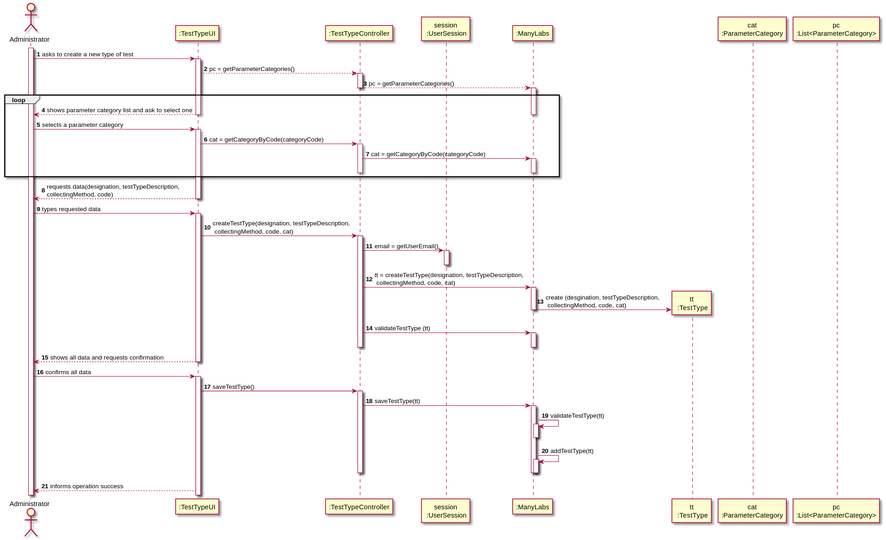
Before: docs/SprintB/US9_CreateTestType/US009_SD_v2.svg, a diagram exported from PlantUML (Pedromaia26/LAPR2-ISEP). Its diagram source:
```plantuml
@startuml
actor Administrator as Adm
participant ":TestTypeUI" as UI
participant ":TestTypeController" as TTC
participant "session\n :UserSession" as US
participant ":ManyLabs" as ML
participant "tt\n :TestType" as TT
participant "cat\n:ParameterCategory" as CAT
participant "pc\n:List<ParameterCategory>" as LIST_CAT


autonumber


activate Adm
Adm -> UI: asks to create a new type of test
activate UI
UI --> TTC: pc = getParameterCategories()
activate TTC
TTC --> ML: pc = getParameterCategories()
deactivate TTC
activate ML
loop
UI --> Adm: shows parameter category list and ask to select one
deactivate ML
deactivate UI


Adm -> UI: selects a parameter category
activate UI
UI -> TTC: cat = getCategoryByCode(categoryCode)
activate TTC
TTC -> ML: cat = getCategoryByCode(categoryCode)
activate ML
deactivate ML
deactivate TTC
end
UI --> Adm: requests data(designation, testTypeDescription, \ncollectingMethod, code)
deactivate UI


Adm -> UI: types requested data
activate UI
UI -> TTC: createTestType(designation, testTypeDescription, \n collectingMethod, code, cat)
activate TTC
TTC -> US: email = getUserEmail()
activate US
deactivate US
TTC -> ML: tt = createTestType(designation, testTypeDescription, \n collectingMethod, code, cat)
activate ML
ML -> TT**: create (desgination, testTypeDescription, \n collectingMethod, code, cat)
deactivate ML
TTC -> ML: validateTestType (tt)
activate ML
deactivate ML
deactivate TTC
UI --> Adm: shows all data and requests confirmation
deactivate UI


Adm -> UI: confirms all data
activate UI
UI -> TTC: saveTestType()
activate TTC
TTC -> ML: saveTestType(tt)
activate ML
ML -> ML: validateTestType(tt)
activate ML
deactivate ML
ML -> ML: addTestType(tt)
activate ML
deactivate ML
deactivate TTC
deactivate ML
UI --> Adm: informs operation success



@enduml
```
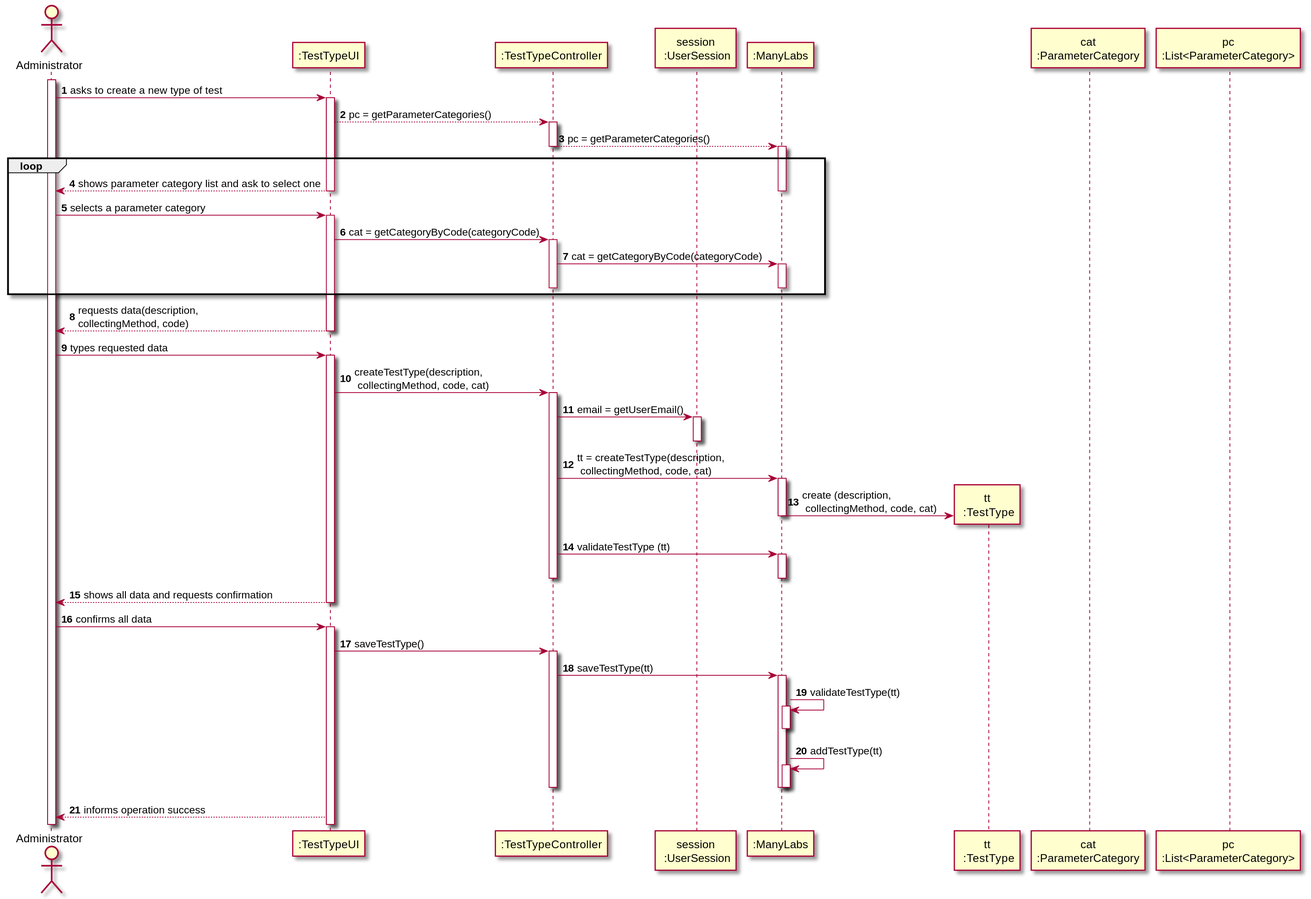
After the change.

Diff of the diagram source:
```diff
@@ -35,20 +35,20 @@
 deactivate ML
 deactivate TTC
 end
-UI --> Adm: requests data(designation, testTypeDescription, \ncollectingMethod, code)
+UI --> Adm: requests data(description, \ncollectingMethod, code)
 deactivate UI
 
 
 Adm -> UI: types requested data
 activate UI
-UI -> TTC: createTestType(designation, testTypeDescription, \n collectingMethod, code, cat)
+UI -> TTC: createTestType(description, \n collectingMethod, code, cat)
 activate TTC
 TTC -> US: email = getUserEmail()
 activate US
 deactivate US
-TTC -> ML: tt = createTestType(designation, testTypeDescription, \n collectingMethod, code, cat)
+TTC -> ML: tt = createTestType(description, \n collectingMethod, code, cat)
 activate ML
-ML -> TT**: create (desgination, testTypeDescription, \n collectingMethod, code, cat)
+ML -> TT**: create (description, \n collectingMethod, code, cat)
 deactivate ML
 TTC -> ML: validateTestType (tt)
 activate ML
```
